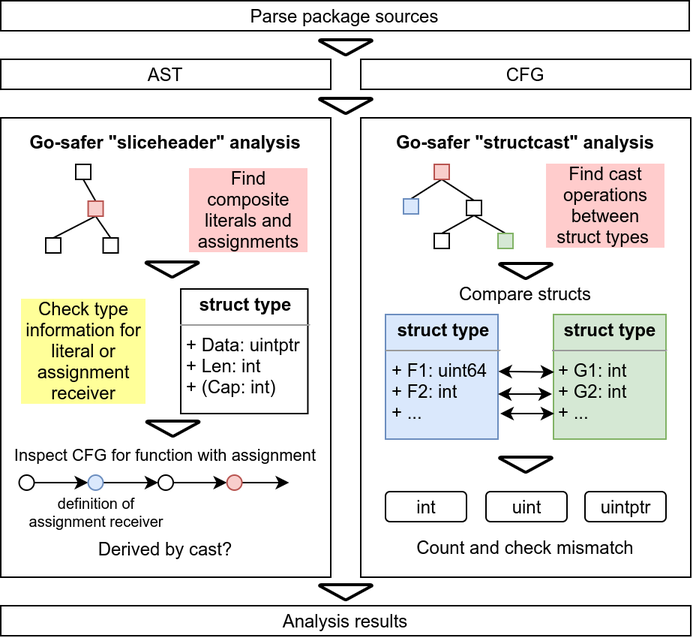
The draw.io diagram thesis/assets/figures/go-safer-architecture.png in jlauinger/master-of-science, before a commit. Source tidied: cells renumbered, new cells last; positions are measured from the earlier drawing's top-left corner, leaving out a move shared by most shapes.
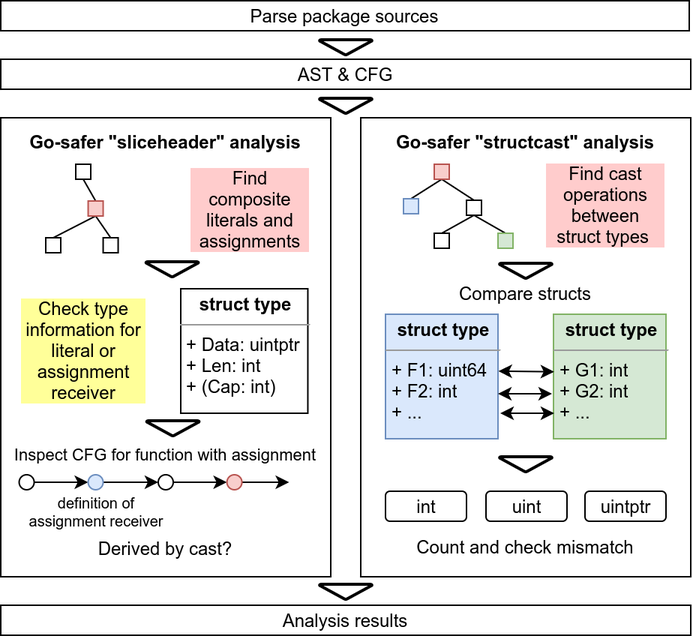
Later version of the same file.

Commit message:
paper: update go-safer design figure

What changed in the source:
```diff
@@ -8,12 +8,9 @@
     <mxCell id="3" value="Parse package sources" style="rounded=0;whiteSpace=wrap;html=1;" parent="1" vertex="1">
       <mxGeometry width="459" height="20" as="geometry" />
     </mxCell>
-    <mxCell id="4" value="AST" style="rounded=0;whiteSpace=wrap;html=1;" parent="1" vertex="1">
-      <mxGeometry y="39" width="220" height="20" as="geometry" />
+    <mxCell id="4" value="AST &amp;amp; CFG" style="rounded=0;whiteSpace=wrap;html=1;" parent="1" vertex="1">
+      <mxGeometry y="39" width="460" height="20" as="geometry" />
     </mxCell>
-    <mxCell id="5" value="CFG" style="rounded=0;whiteSpace=wrap;html=1;" parent="1" vertex="1">
-      <mxGeometry x="240" y="39" width="220" height="20" as="geometry" />
-    </mxCell>
     <mxCell id="6" value="&lt;b&gt;Go-safer &quot;sliceheader&quot; analysis&lt;/b&gt;" style="text;html=1;strokeColor=none;fillColor=none;align=center;verticalAlign=bottom;whiteSpace=wrap;rounded=0;" parent="1" vertex="1">
       <mxGeometry y="84" width="220" height="20" as="geometry" />
     </mxCell>
```
